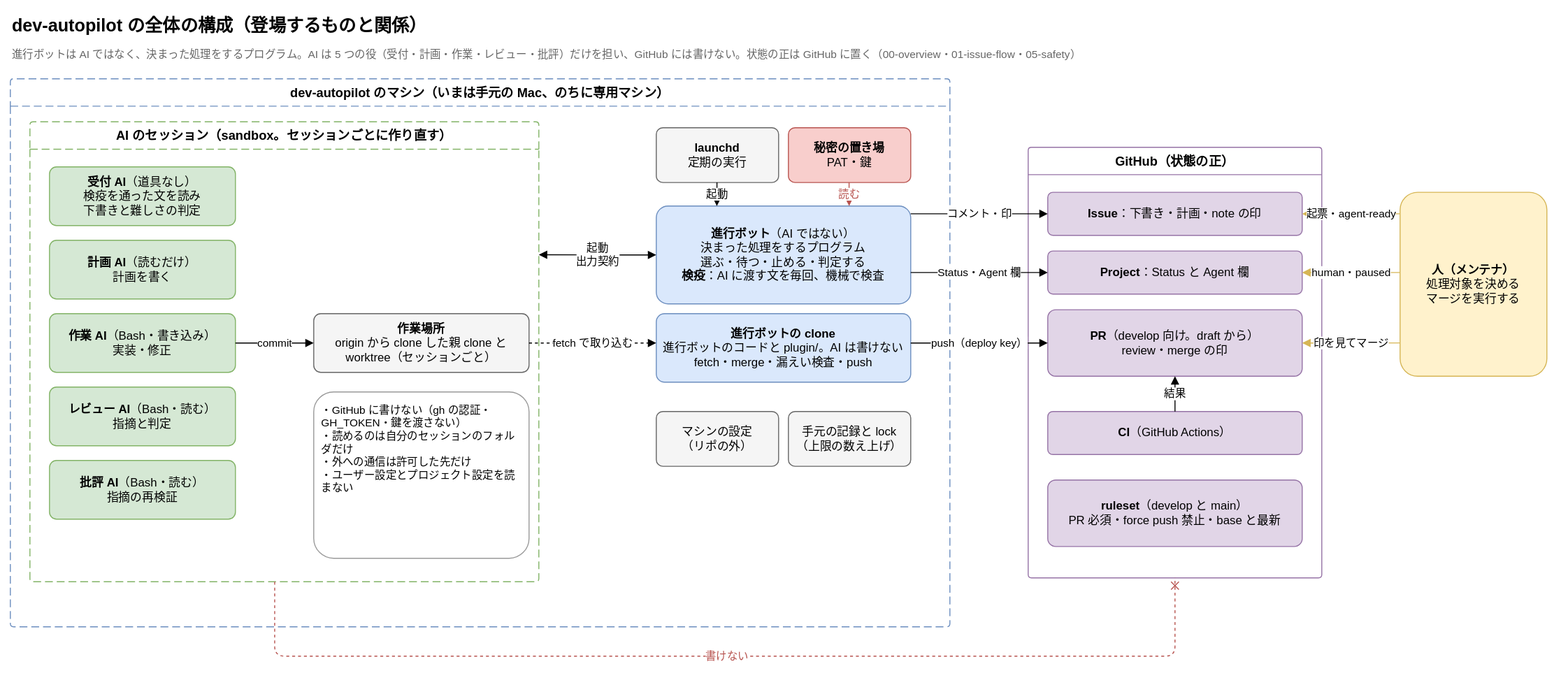
Earlier version of the draw.io export dev-autopilot/docs/diagrams/overview.drawio.svg (Joymerrevent/business-os). Source tidied: cells renumbered, new cells last; positions are measured from the earlier drawing's top-left corner, leaving out a move shared by most shapes.
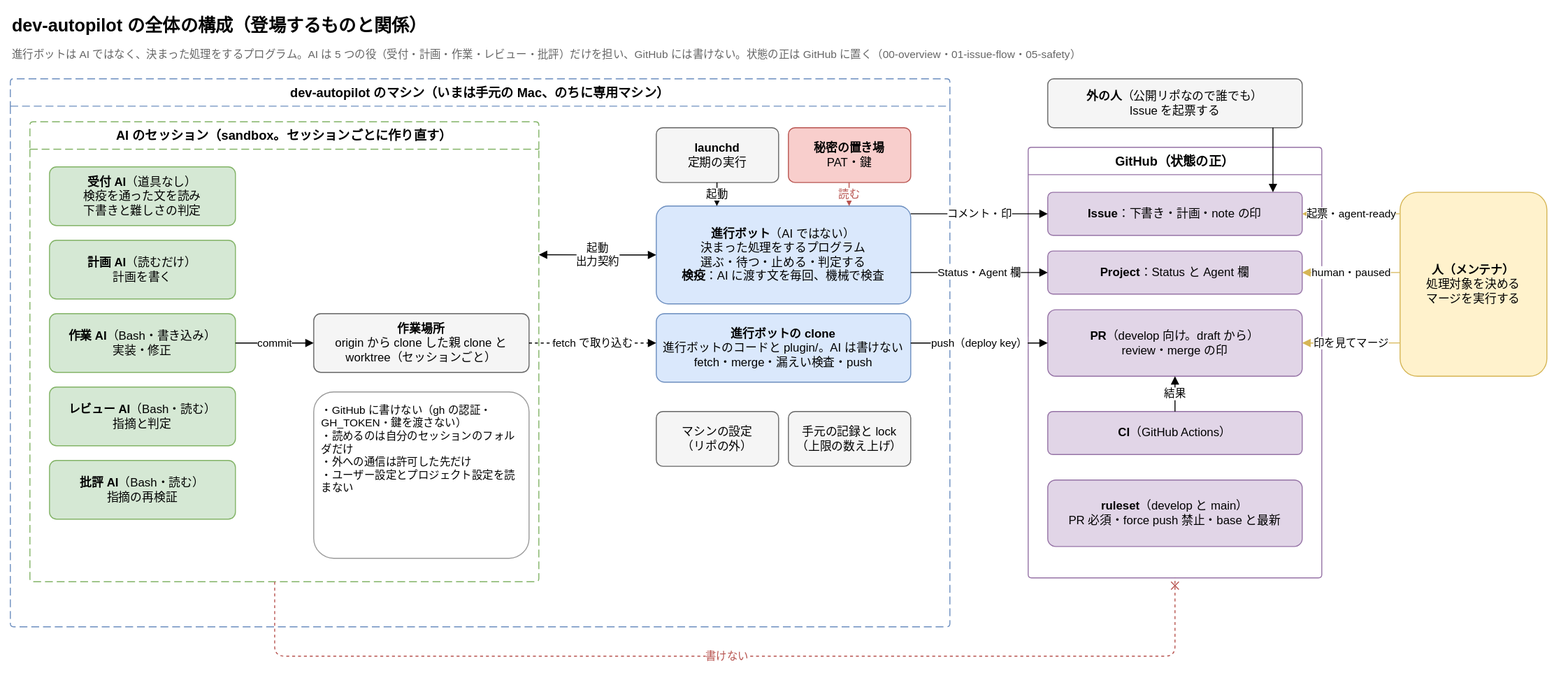
The same diagram one commit later.

Commit message:
docs(dev-autopilot): 外の人からの Issue の起票を、図の入口に足す

公開リポなので Issue は外の人でも立てられることを、2 枚の図で読めるようにする（TEXT-12、SAFE-6）。

- Issue の流れ：左端に「起票する人」の列を足し、起票は「外の人（誰でも）またはコラボレータ」から
  始まる形にする。受け入れの箱に「外の人の文も機械で検査」、受付 AI の箱に
  「外の人の Issue：作業指示の下書き／すべての Issue：難しさの判定」と書く。
  列をまたぐ矢印の文字は 2 行にして、箱に重ならないようにする
- 全体の構成：GitHub の Issue へ「外の人（公開リポなので誰でも）」からの起票を足す
- README の表の説明を合わせる

The edit, as a diff of the source:
```diff
@@ -74,6 +74,9 @@
     <mxCell id="25" value="&lt;b&gt;人（メンテナ）&lt;/b&gt;&lt;br&gt;処理対象を決める&lt;br&gt;マージを実行する" style="rounded=1;whiteSpace=wrap;html=1;fontSize=12;arcSize=12;fillColor=#fff2cc;strokeColor=#d6b656;" parent="1" vertex="1">
       <mxGeometry x="1420" y="186" width="150" height="188" as="geometry" />
     </mxCell>
+    <mxCell id="39" value="&lt;b&gt;外の人&lt;/b&gt;（公開リポなので誰でも）&lt;br&gt;Issue を起票する" style="rounded=1;whiteSpace=wrap;html=1;fontSize=12;arcSize=12;fillColor=#f5f5f5;strokeColor=#666666;" parent="1" vertex="1">
+      <mxGeometry x="1060" y="70" width="260" height="50" as="geometry" />
+    </mxCell>
     <mxCell id="26" value="起動" style="edgeStyle=orthogonalEdgeStyle;rounded=1;html=1;endArrow=block;endFill=1;fontSize=11;labelBackgroundColor=#ffffff;exitX=0.496;exitY=1;exitDx=0;exitDy=0;entryX=0.238;entryY=0;entryDx=0;entryDy=0;" parent="1" edge="1" source="13" target="15">
       <mxGeometry relative="1" as="geometry" />
     </mxCell>
@@ -104,6 +107,9 @@
     <mxCell id="35" value="起票・agent-ready" style="edgeStyle=orthogonalEdgeStyle;rounded=1;html=1;endArrow=block;endFill=1;fontSize=11;labelBackgroundColor=#ffffff;strokeColor=#d6b656;exitX=0;exitY=0.117;exitDx=0;exitDy=0;entryX=1;entryY=0.5;entryDx=0;entryDy=0;" parent="1" edge="1" source="25" target="20">
       <mxGeometry relative="1" as="geometry" />
     </mxCell>
+    <mxCell id="40" style="edgeStyle=orthogonalEdgeStyle;rounded=1;html=1;endArrow=block;endFill=1;fontSize=11;labelBackgroundColor=#ffffff;exitX=0.885;exitY=1;exitDx=0;exitDy=0;entryX=0.885;entryY=0;entryDx=0;entryDy=0;" parent="1" edge="1" source="39" target="20">
+      <mxGeometry relative="1" as="geometry" />
+    </mxCell>
     <mxCell id="36" value="human・paused" style="edgeStyle=orthogonalEdgeStyle;rounded=1;html=1;endArrow=block;endFill=1;fontSize=11;labelBackgroundColor=#ffffff;strokeColor=#d6b656;exitX=0;exitY=0.436;exitDx=0;exitDy=0;entryX=1;entryY=0.5;entryDx=0;entryDy=0;" parent="1" edge="1" source="25" target="21">
       <mxGeometry relative="1" as="geometry" />
     </mxCell>
```
